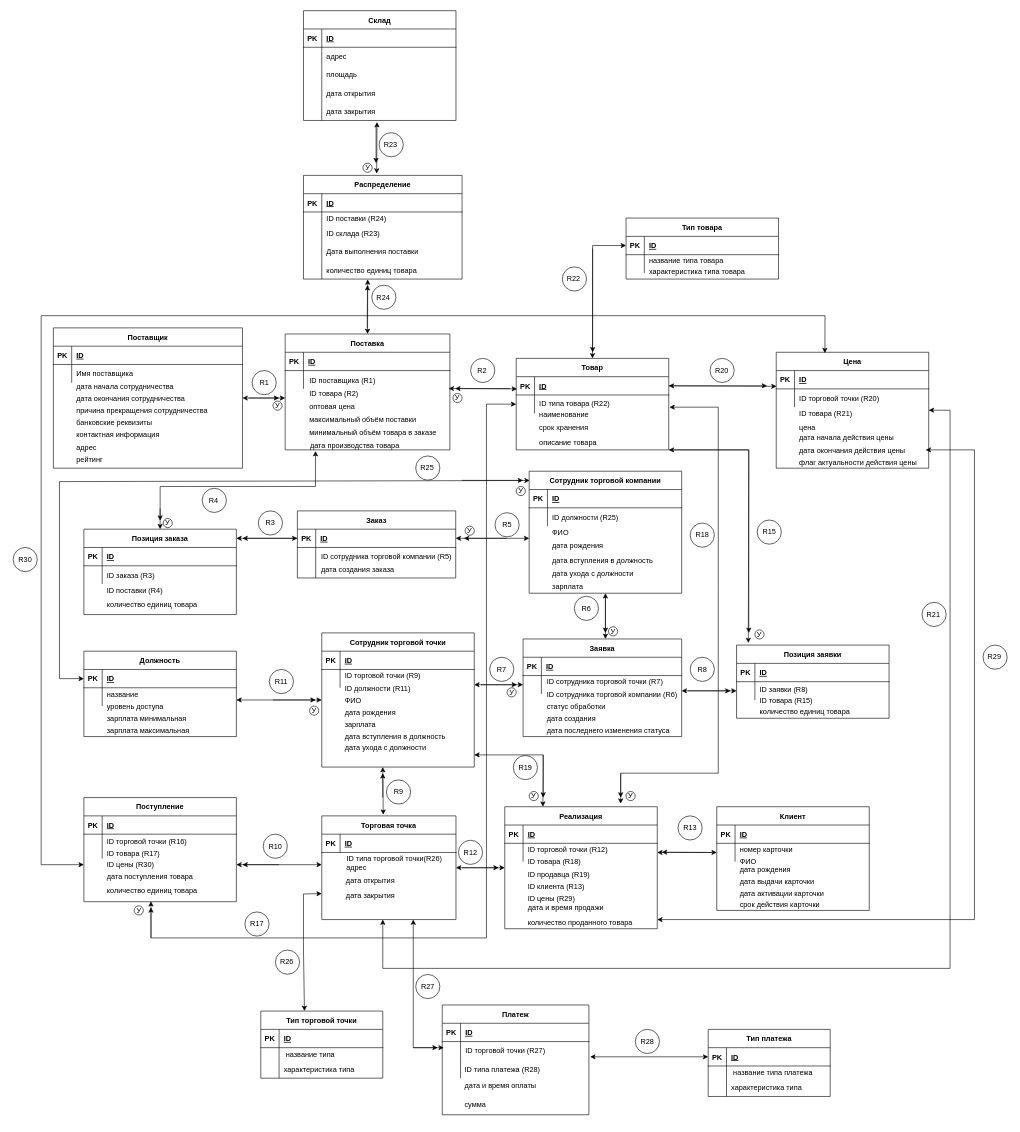
Wact/nstu-fami-7semester-dbes-project keeps this draw.io diagram as docs/diagrams/ER.drawio. Above is the earlier version. Source tidied: cells renumbered, new cells numbered last; positions are measured from the earlier drawing's top-left corner, leaving out a move shared by most shapes. Both pictures are drawn from the tidied source at 61%, with x=0, y=0 at pixel (10, 10).
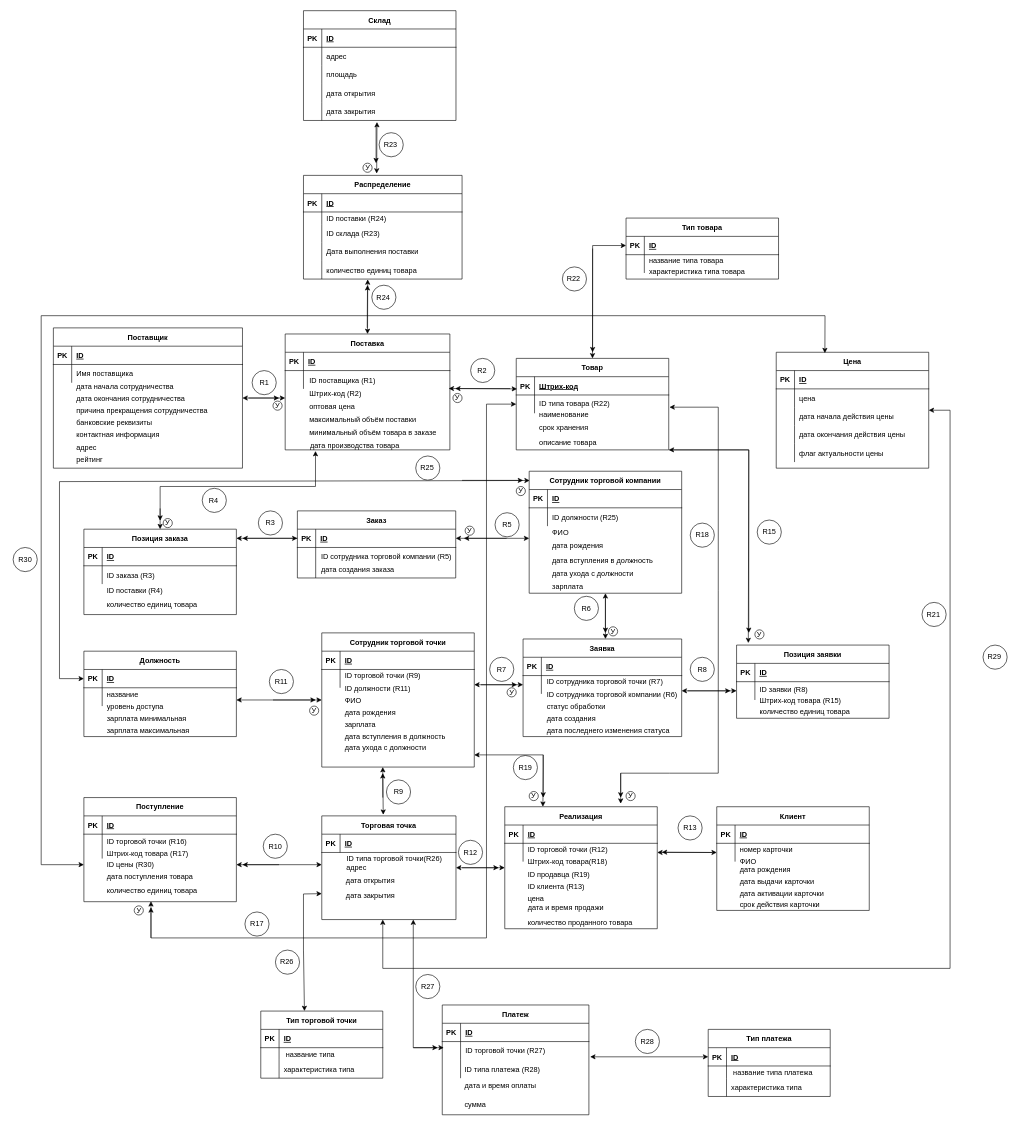
After the change.

Unchanged cells that the change refers to:
```xml
<mxCell id="4" style="shape=partialRectangle;fillColor=none;points=[[0,0.5],[1,0.5]];portConstraint=eastwest;top=0;left=0;right=0;bottom=1;" parent="3" vertex="1">
  <mxGeometry y="30" width="250" height="30" as="geometry" />
</mxCell>
<mxCell id="99" style="group;" parent="1" vertex="1">
  <mxGeometry x="450" y="530" width="270" height="190" as="geometry" />
</mxCell>
<mxCell id="172" style="group;" parent="171" vertex="1">
  <mxGeometry width="250" height="160.7" as="geometry" />
</mxCell>
<mxCell id="187" style="group;" parent="1" vertex="1">
  <mxGeometry x="810" y="1305" width="250" height="220" as="geometry" />
</mxCell>
<mxCell id="202" style="group;" parent="1" vertex="1">
  <mxGeometry x="1250" y="560" width="260" height="210" as="geometry" />
</mxCell>
<mxCell id="203" value="Цена" style="shape=table;startSize=30;childLayout=tableLayout;rowLines=0;fontStyle=1;align=center;" parent="202" vertex="1">
  <mxGeometry x="5" width="250" height="190" as="geometry" />
</mxCell>
<mxCell id="204" style="shape=partialRectangle;fillColor=none;points=[[0,0.5],[1,0.5]];portConstraint=eastwest;top=0;left=0;right=0;bottom=1;" parent="203" vertex="1">
  <mxGeometry y="30" width="250" height="30" as="geometry" />
</mxCell>
<mxCell id="207" style="shape=partialRectangle;fillColor=none;top=0;left=0;right=0;bottom=0;" parent="203" vertex="1">
  <mxGeometry y="60" width="250" height="30" as="geometry" />
</mxCell>
<mxCell id="341" style="group;" parent="1" vertex="1">
  <mxGeometry x="1190" y="1040" width="250" height="120" as="geometry" />
</mxCell>
```

Diff of the diagram source:
```diff
@@
-    <mxCell id="6" value="ID" style="shape=partialRectangle;overflow=hidden;fillColor=none;top=0;left=0;bottom=0;right=0;align=left;spacingLeft=6;fontStyle=5;" parent="4" vertex="1">
+    <mxCell id="6" value="Штрих-код" style="shape=partialRectangle;overflow=hidden;fillColor=none;top=0;left=0;bottom=0;right=0;align=left;spacingLeft=6;fontStyle=5;" parent="4" vertex="1">
       <mxGeometry x="30" width="220" height="30" as="geometry" />
     </mxCell>
@@
-    <mxCell id="108" value="&lt;span style=&quot;color: rgb(0 , 0 , 0) ; font-family: &amp;#34;helvetica&amp;#34; ; font-size: 12px ; font-style: normal ; letter-spacing: normal ; text-align: left ; text-indent: 0px ; text-transform: none ; word-spacing: 0px ; display: inline ; float: none&quot;&gt;ID товара (R2)&lt;/span&gt;" style="text;whiteSpace=wrap;html=1;" parent="99" vertex="1">
+    <mxCell id="108" value="&lt;span style=&quot;color: rgb(0 , 0 , 0) ; font-family: &amp;#34;helvetica&amp;#34; ; font-size: 12px ; font-style: normal ; letter-spacing: normal ; text-align: left ; text-indent: 0px ; text-transform: none ; word-spacing: 0px ; display: inline ; float: none&quot;&gt;Штрих-код (R2)&lt;/span&gt;" style="text;whiteSpace=wrap;html=1;" parent="99" vertex="1">
       <mxGeometry x="37.5" y="84.4" width="160" height="21.1" as="geometry" />
     </mxCell>
@@
-    <mxCell id="181" value="ID товара (R17)" style="shape=partialRectangle;overflow=hidden;fillColor=none;top=0;left=0;bottom=0;right=0;align=left;spacingLeft=6;" parent="172" vertex="1">
+    <mxCell id="181" value="Штрих-код товара (R17)" style="shape=partialRectangle;overflow=hidden;fillColor=none;top=0;left=0;bottom=0;right=0;align=left;spacingLeft=6;" parent="172" vertex="1">
       <mxGeometry x="30" y="83" width="220" height="17" as="geometry" />
     </mxCell>
@@
-    <mxCell id="196" value="ID товара (R18)" style="shape=partialRectangle;overflow=hidden;fillColor=none;top=0;left=0;bottom=0;right=0;align=left;spacingLeft=6;" parent="187" vertex="1">
+    <mxCell id="196" value="Штрих-код товара(R18)" style="shape=partialRectangle;overflow=hidden;fillColor=none;top=0;left=0;bottom=0;right=0;align=left;spacingLeft=6;" parent="187" vertex="1">
       <mxGeometry x="30" y="80" width="220" height="20" as="geometry" />
     </mxCell>
@@
-    <mxCell id="200" value="ID цены (R29)" style="shape=partialRectangle;overflow=hidden;fillColor=none;top=0;left=0;bottom=0;right=0;align=left;spacingLeft=6;" parent="187" vertex="1">
+    <mxCell id="200" value="цена" style="shape=partialRectangle;overflow=hidden;fillColor=none;top=0;left=0;bottom=0;right=0;align=left;spacingLeft=6;" parent="187" vertex="1">
       <mxGeometry x="30" y="140" width="220" height="20" as="geometry" />
     </mxCell>
@@
-    <mxCell id="209" style="shape=partialRectangle;overflow=hidden;fillColor=none;top=0;left=0;bottom=0;right=0;align=left;spacingLeft=6;" parent="207" vertex="1">
+    <mxCell id="209" value="цена" style="shape=partialRectangle;overflow=hidden;fillColor=none;top=0;left=0;bottom=0;right=0;align=left;spacingLeft=6;" parent="207" vertex="1">
       <mxGeometry x="30" width="220" height="30" as="geometry" />
     </mxCell>
-    <mxCell id="210" value="ID торговой точки (R20)" style="shape=partialRectangle;overflow=hidden;fillColor=none;top=0;left=0;bottom=0;right=0;align=left;spacingLeft=6;" parent="202" vertex="1">
-      <mxGeometry x="35" y="60" width="220" height="30" as="geometry" />
-    </mxCell>
-    <mxCell id="211" value="ID товара (R21)" style="shape=partialRectangle;overflow=hidden;fillColor=none;top=0;left=0;bottom=0;right=0;align=left;spacingLeft=6;" parent="202" vertex="1">
-      <mxGeometry x="35" y="90" width="220" height="20" as="geometry" />
-    </mxCell>
-    <mxCell id="212" value="цена" style="shape=partialRectangle;overflow=hidden;fillColor=none;top=0;left=0;bottom=0;right=0;align=left;spacingLeft=6;" parent="202" vertex="1">
-      <mxGeometry x="35" y="110" width="220" height="27.4" as="geometry" />
-    </mxCell>
+    <mxCell id="429" style="shape=partialRectangle;fillColor=none;top=0;left=0;bottom=0;right=0;" parent="203" vertex="1">
+      <mxGeometry y="90" width="250" height="30" as="geometry" />
+    </mxCell>
+    <mxCell id="430" style="shape=partialRectangle;fillColor=none;top=0;left=0;bottom=0;right=0;overflow=hidden;" parent="429" vertex="1">
+      <mxGeometry width="30" height="30" as="geometry" />
+    </mxCell>
-    <mxCell id="213" value="дата начала действия цены" style="shape=partialRectangle;overflow=hidden;fillColor=none;top=0;left=0;bottom=0;right=0;align=left;spacingLeft=6;" parent="202" vertex="1">
-      <mxGeometry x="35" y="128.4" width="220" height="21.6" as="geometry" />
+    <mxCell id="213" value="дата начала действия цены" style="shape=partialRectangle;fillColor=none;top=0;left=0;bottom=0;right=0;align=left;spacingLeft=6;overflow=hidden;" parent="429" vertex="1">
+      <mxGeometry x="30" width="220" height="30" as="geometry" />
     </mxCell>
+    <mxCell id="431" style="shape=partialRectangle;fillColor=none;top=0;left=0;bottom=0;right=0;" parent="203" vertex="1">
+      <mxGeometry y="120" width="250" height="30" as="geometry" />
+    </mxCell>
+    <mxCell id="432" style="shape=partialRectangle;fillColor=none;top=0;left=0;bottom=0;right=0;overflow=hidden;" parent="431" vertex="1">
+      <mxGeometry width="30" height="30" as="geometry" />
+    </mxCell>
-    <mxCell id="214" value="дата окончания действия цены" style="shape=partialRectangle;overflow=hidden;fillColor=none;top=0;left=0;bottom=0;right=0;align=left;spacingLeft=6;" parent="202" vertex="1">
-      <mxGeometry x="35" y="150" width="220" height="22.1" as="geometry" />
+    <mxCell id="214" value="дата окончания действия цены" style="shape=partialRectangle;fillColor=none;top=0;left=0;bottom=0;right=0;align=left;spacingLeft=6;overflow=hidden;" parent="431" vertex="1">
+      <mxGeometry x="30" width="220" height="30" as="geometry" />
     </mxCell>
-    <mxCell id="215" value="флаг актуальности действия цены" style="shape=partialRectangle;overflow=hidden;fillColor=none;top=0;left=0;bottom=0;right=0;align=left;spacingLeft=6;" parent="202" vertex="1">
-      <mxGeometry x="35" y="170.5" width="220" height="19.5" as="geometry" />
-    </mxCell>
+    <mxCell id="433" style="shape=partialRectangle;fillColor=none;top=0;left=0;bottom=0;right=0;" parent="203" vertex="1">
+      <mxGeometry y="150" width="250" height="30" as="geometry" />
+    </mxCell>
+    <mxCell id="434" style="shape=partialRectangle;fillColor=none;top=0;left=0;bottom=0;right=0;overflow=hidden;" parent="433" vertex="1">
+      <mxGeometry width="30" height="30" as="geometry" />
+    </mxCell>
+    <mxCell id="435" value="флаг актуальности цены" style="shape=partialRectangle;fillColor=none;top=0;left=0;bottom=0;right=0;align=left;spacingLeft=6;overflow=hidden;" parent="433" vertex="1">
+      <mxGeometry x="30" width="220" height="30" as="geometry" />
+    </mxCell>
@@
-    <mxCell id="218" style="endArrow=classic;startArrow=classic;html=1;rounded=0;entryX=0.002;entryY=0.86;entryDx=0;entryDy=0;entryPerimeter=0;exitX=1;exitY=0.5;exitDx=0;exitDy=0;" parent="1" edge="1" source="4" target="204">
-      <mxGeometry relative="1" as="geometry" />
-    </mxCell>
-    <mxCell id="219" style="group;" parent="1" vertex="1">
-      <mxGeometry x="1142.5" y="570" width="47.5" height="40" as="geometry" />
-    </mxCell>
-    <mxCell id="220" style="ellipse;whiteSpace=wrap;html=1;labelBackgroundColor=#FFFFFF;align=left;" parent="219" vertex="1">
-      <mxGeometry x="4" width="39.6" height="39.6" as="geometry" />
-    </mxCell>
-    <mxCell id="221" value="R20" style="text;html=1;strokeColor=none;fillColor=none;align=center;verticalAlign=middle;whiteSpace=wrap;rounded=0;labelBackgroundColor=#FFFFFF;" parent="219" vertex="1">
-      <mxGeometry x="-1" y="8" width="47.5" height="24" as="geometry" />
-    </mxCell>
@@
-    <mxCell id="343" value="ID товара (R15)" style="shape=partialRectangle;overflow=hidden;fillColor=none;top=0;left=0;bottom=0;right=0;align=left;spacingLeft=6;" parent="341" vertex="1">
+    <mxCell id="343" value="Штрих-код товара (R15)" style="shape=partialRectangle;overflow=hidden;fillColor=none;top=0;left=0;bottom=0;right=0;align=left;spacingLeft=6;" parent="341" vertex="1">
       <mxGeometry x="30" y="80" width="220" height="20" as="geometry" />
     </mxCell>
@@
-    <mxCell id="345" style="endArrow=classic;html=1;rounded=0;exitX=1;exitY=0.5;exitDx=0;exitDy=0;" parent="1" edge="1" source="4">
-      <mxGeometry relative="1" as="geometry">
-        <mxPoint x="1240" y="615" as="targetPoint" />
-      </mxGeometry>
-    </mxCell>
@@
-    <mxCell id="406" style="endArrow=classic;startArrow=classic;html=1;rounded=0;" parent="1" edge="1">
-      <mxGeometry relative="1" as="geometry">
-        <mxPoint x="1060" y="1490" as="sourcePoint" />
-        <mxPoint x="1500" y="720" as="targetPoint" />
-        <Array as="points">
-          <mxPoint x="1580" y="1490" />
-          <mxPoint x="1580" y="720" />
-        </Array>
-      </mxGeometry>
-    </mxCell>
```
